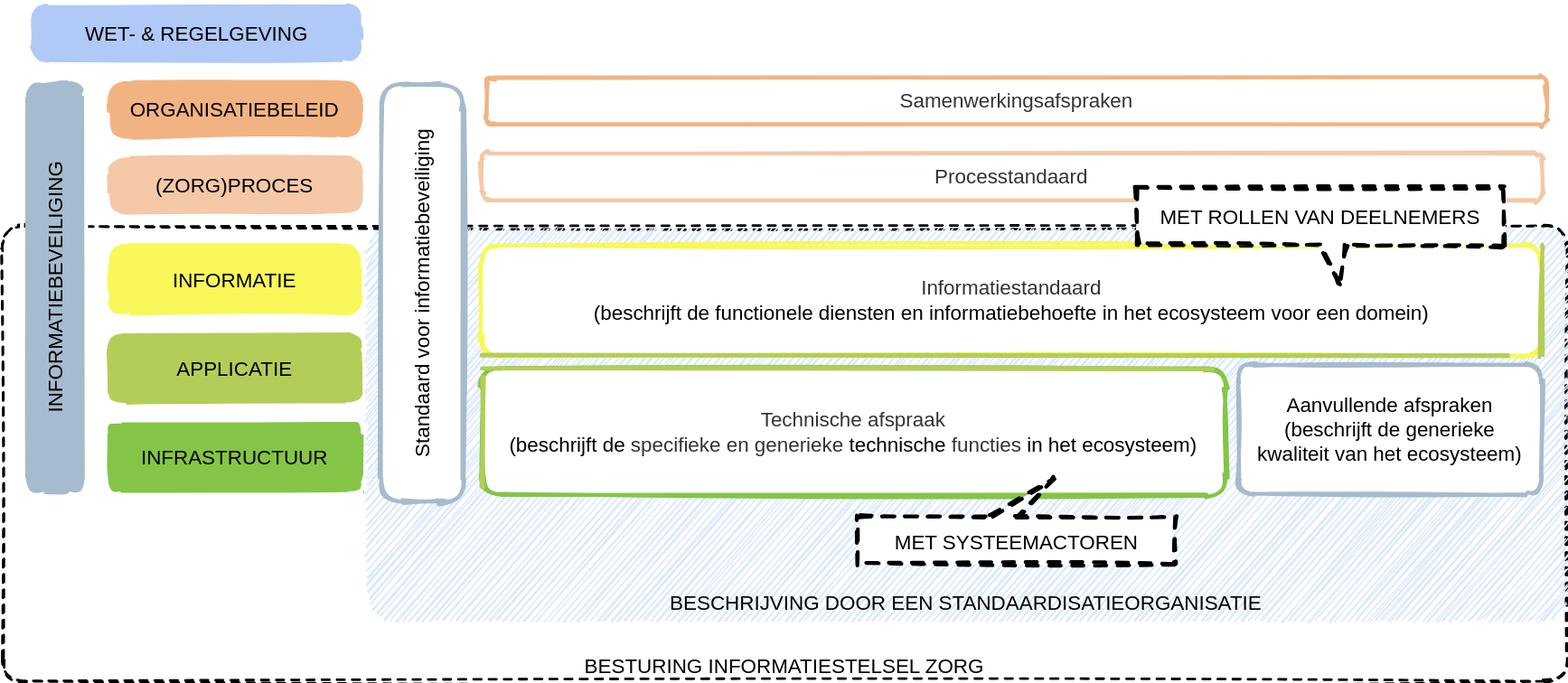
dizra/docs keeps this draw.io diagram as .gitbook/assets/overview.svg. Above is the earlier version. Source tidied: cells renumbered, new cells last; positions are measured from the earlier drawing's top-left corner, leaving out a move shared by most shapes. Source of this version:
```xml
<mxGraphModel>
  <root>
    <mxCell id="0" />
    <mxCell id="1" parent="0" />
    <mxCell id="2" value="BESTURING INFORMATIESTELSEL ZORG" style="rounded=1;whiteSpace=wrap;html=1;strokeWidth=2;fontSize=16;fontColor=#000000;align=center;arcSize=5;verticalAlign=bottom;dashed=1;sketch=1;fillStyle=solid;fillColor=none;" parent="1" vertex="1">
      <mxGeometry x="123" y="177" width="1237" height="360" as="geometry" />
    </mxCell>
    <mxCell id="3" value="ORGANISATIEBELEID" style="rounded=1;whiteSpace=wrap;html=1;arcSize=40;fillColor=#F2B382;fontSize=16;strokeWidth=3;strokeColor=#FFFFFF;sketch=1;fillStyle=solid;" parent="1" vertex="1">
      <mxGeometry x="204.5" y="59.7" width="205.5" height="50" as="geometry" />
    </mxCell>
    <mxCell id="4" value="(ZORG)PROCES" style="rounded=1;whiteSpace=wrap;html=1;arcSize=34;fillColor=#F5C8A7;fontSize=16;strokeWidth=3;strokeColor=#FFFFFF;sketch=1;fillStyle=solid;" parent="1" vertex="1">
      <mxGeometry x="204.5" y="119.7" width="205.5" height="50" as="geometry" />
    </mxCell>
    <mxCell id="5" value="INFORMATIE" style="rounded=1;whiteSpace=wrap;html=1;arcSize=30;fillColor=#F8F85A;fontSize=16;strokeWidth=3;strokeColor=#FFFFFF;sketch=1;fillStyle=solid;" parent="1" vertex="1">
      <mxGeometry x="204.5" y="189.7" width="205.5" height="60" as="geometry" />
    </mxCell>
    <mxCell id="6" value="APPLICATIE" style="rounded=1;whiteSpace=wrap;html=1;arcSize=24;fontSize=16;fillColor=#B2CE58;strokeWidth=3;strokeColor=#FFFFFF;sketch=1;fillStyle=solid;" parent="1" vertex="1">
      <mxGeometry x="204.5" y="259.7" width="205.5" height="60" as="geometry" />
    </mxCell>
    <mxCell id="7" value="INFRASTRUCTUUR" style="rounded=1;whiteSpace=wrap;html=1;arcSize=18;fontSize=16;fillColor=#84C547;strokeWidth=3;strokeColor=#FFFFFF;sketch=1;fillStyle=solid;" parent="1" vertex="1">
      <mxGeometry x="204.5" y="329.7" width="205.5" height="60" as="geometry" />
    </mxCell>
    <mxCell id="8" value="WET- &amp;amp; REGELGEVING" style="rounded=1;whiteSpace=wrap;html=1;arcSize=34;fontSize=16;strokeWidth=3;fillColor=#B1C9F6;strokeColor=#FFFFFF;sketch=1;glass=0;fillStyle=solid;" parent="1" vertex="1">
      <mxGeometry x="144.5" y="-0.3" width="265.5" height="50" as="geometry" />
    </mxCell>
    <mxCell id="9" value="INFORMATIEBEVEILIGING" style="rounded=1;whiteSpace=wrap;html=1;arcSize=28;fontSize=16;strokeWidth=3;rotation=-90;fillColor=#A6BBCD;strokeColor=#FFFFFF;sketch=1;fillStyle=solid;" parent="1" vertex="1">
      <mxGeometry y="200.9" width="329.6" height="50" as="geometry" />
    </mxCell>
    <mxCell id="10" value="BESCHRIJVING DOOR EEN STANDAARDISATIEORGANISATIE" style="rounded=1;whiteSpace=wrap;html=1;fillColor=#dae8fc;verticalAlign=bottom;spacingTop=5;fontSize=16;sketch=1;arcSize=7;strokeColor=none;" parent="1" vertex="1">
      <mxGeometry x="410" y="177" width="950" height="310" as="geometry" />
    </mxCell>
    <mxCell id="11" value="Informatiestandaard&lt;br&gt;&lt;span style=&quot;color: rgb(0 , 0 , 0)&quot;&gt;(beschrijft de functionele diensten en informatiebehoefte in het&amp;nbsp;&lt;/span&gt;&lt;span style=&quot;color: rgb(0 , 0 , 0)&quot;&gt;ecosysteem voor een domein)&lt;/span&gt;" style="rounded=1;whiteSpace=wrap;html=1;sketch=1;fontSize=16;fontColor=#333333;strokeColor=#F8F85A;strokeWidth=3;fillColor=#FFFFFF;" parent="1" vertex="1">
      <mxGeometry x="502" y="192.5" width="838" height="87.3" as="geometry" />
    </mxCell>
    <mxCell id="12" value="Technische afspraak&lt;br&gt;&lt;span style=&quot;color: rgb(0 , 0 , 0)&quot;&gt;(beschrijft de&amp;nbsp;&lt;/span&gt;specifieke en generieke&amp;nbsp;&lt;span style=&quot;color: rgb(0 , 0 , 0)&quot;&gt;technische&amp;nbsp;&lt;/span&gt;functies&lt;span style=&quot;color: rgb(0 , 0 , 0)&quot;&gt;&amp;nbsp;in het&amp;nbsp;&lt;/span&gt;&lt;span style=&quot;color: rgb(0 , 0 , 0)&quot;&gt;ecosysteem)&lt;/span&gt;" style="rounded=1;whiteSpace=wrap;html=1;sketch=1;fontSize=16;fontColor=#333333;strokeColor=#84C547;strokeWidth=3;fillColor=#FFFFFF;" parent="1" vertex="1">
      <mxGeometry x="502" y="289.7" width="588" height="100" as="geometry" />
    </mxCell>
    <mxCell id="13" style="endArrow=none;html=1;fontSize=16;exitX=0;exitY=1;exitDx=0;exitDy=0;entryX=0.968;entryY=1;entryDx=0;entryDy=0;entryPerimeter=0;strokeWidth=3;strokeColor=#B2CE58;sketch=1;" parent="1" edge="1" source="11" target="11">
      <mxGeometry relative="1" as="geometry" />
    </mxCell>
    <mxCell id="14" style="endArrow=none;html=1;fontSize=16;exitX=1;exitY=1;exitDx=0;exitDy=0;entryX=1;entryY=0;entryDx=0;entryDy=0;strokeWidth=3;strokeColor=#B2CE58;sketch=1;" parent="1" edge="1" source="11" target="11">
      <mxGeometry relative="1" as="geometry" />
    </mxCell>
    <mxCell id="15" style="shape=callout;whiteSpace=wrap;html=1;perimeter=calloutPerimeter;dashed=1;sketch=1;strokeColor=#000000;strokeWidth=3;fontSize=16;position2=0.38;rotation=-180;" parent="1" vertex="1">
      <mxGeometry x="800" y="377" width="250" height="67.3" as="geometry" />
    </mxCell>
    <mxCell id="16" value="MET SYSTEEMACTOREN" style="text;html=1;strokeColor=none;fillColor=none;align=center;verticalAlign=middle;whiteSpace=wrap;rounded=0;dashed=1;sketch=1;fontSize=16;" parent="1" vertex="1">
      <mxGeometry x="820" y="417" width="210" height="20" as="geometry" />
    </mxCell>
    <mxCell id="17" value="Aanvullende afspraken&lt;br&gt;(beschrijft de generieke kwaliteit&amp;nbsp;van het ecosysteem)" style="rounded=1;whiteSpace=wrap;html=1;arcSize=12;fontSize=16;strokeWidth=3;rotation=0;sketch=1;fillStyle=solid;strokeColor=#A6BBCD;fillColor=#FFFFFF;" parent="1" vertex="1">
      <mxGeometry x="1100" y="287" width="240" height="102.7" as="geometry" />
    </mxCell>
    <mxCell id="18" value="Standaard voor informatiebeveiliging" style="rounded=1;whiteSpace=wrap;html=1;arcSize=28;fontSize=16;strokeWidth=3;rotation=-90;sketch=1;fillStyle=solid;strokeColor=#A6BBCD;fillColor=#FFFFFF;" parent="1" vertex="1">
      <mxGeometry x="290.2" y="198.3" width="329.6" height="64.5" as="geometry" />
    </mxCell>
    <mxCell id="19" style="endArrow=none;html=1;fontSize=16;strokeWidth=3;strokeColor=#B2CE58;sketch=1;exitX=0;exitY=0;exitDx=0;exitDy=0;" parent="1" edge="1" source="12">
      <mxGeometry relative="1" as="geometry">
        <mxPoint x="1080" y="290" as="targetPoint" />
      </mxGeometry>
    </mxCell>
    <mxCell id="20" style="endArrow=none;html=1;fontSize=16;exitX=0.002;exitY=0.943;exitDx=0;exitDy=0;entryX=0.003;entryY=0.073;entryDx=0;entryDy=0;strokeWidth=3;strokeColor=#B2CE58;sketch=1;exitPerimeter=0;entryPerimeter=0;" parent="1" edge="1" source="12" target="12">
      <mxGeometry relative="1" as="geometry" />
    </mxCell>
    <mxCell id="21" value="Samenwerkingsafspraken" style="rounded=1;whiteSpace=wrap;html=1;sketch=1;fontSize=16;fontColor=#333333;strokeWidth=3;fillColor=#FFFFFF;strokeColor=#F2B382;" parent="1" vertex="1">
      <mxGeometry x="506" y="59.7" width="838" height="37.3" as="geometry" />
    </mxCell>
    <mxCell id="22" value="Processtandaard" style="rounded=1;whiteSpace=wrap;html=1;sketch=1;fontSize=16;fontColor=#333333;strokeWidth=3;fillColor=#FFFFFF;strokeColor=#F5C8A7;" parent="1" vertex="1">
      <mxGeometry x="502" y="119.7" width="838" height="37.3" as="geometry" />
    </mxCell>
    <mxCell id="23" value="&lt;span&gt;MET ROLLEN VAN DEELNEMERS&lt;/span&gt;" style="shape=callout;whiteSpace=wrap;html=1;perimeter=calloutPerimeter;dashed=1;sketch=1;strokeColor=#000000;strokeWidth=3;fontSize=16;position2=0.55;" parent="1" vertex="1">
      <mxGeometry x="1020" y="147" width="290" height="75.5" as="geometry" />
    </mxCell>
  </root>
</mxGraphModel>
```
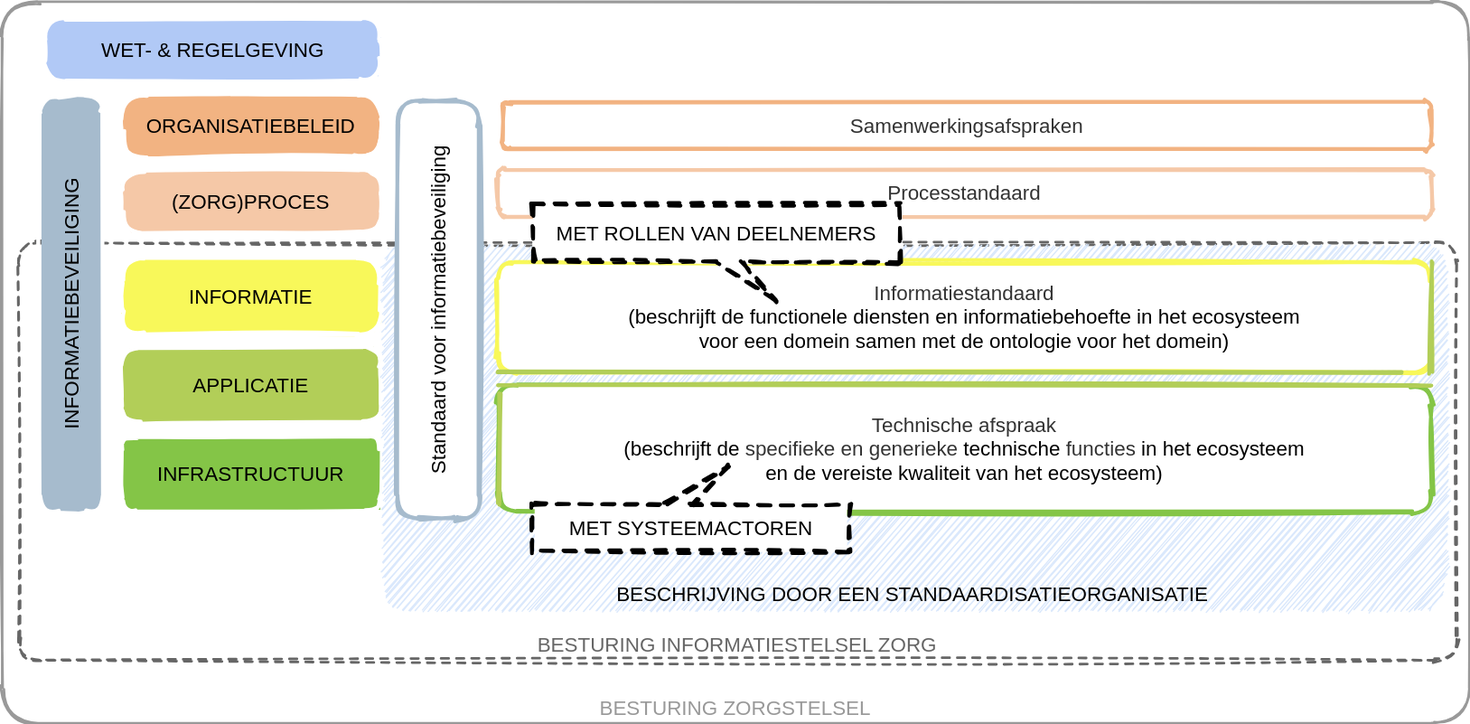
The same file after the commit.

What changed in the source:
```diff
@@ -2,8 +2,11 @@
   <root>
     <mxCell id="0" />
     <mxCell id="1" parent="0" />
+    <mxCell id="24" value="BESTURING ZORGSTELSEL" style="rounded=1;whiteSpace=wrap;html=1;strokeWidth=2;fontSize=16;align=center;arcSize=5;verticalAlign=bottom;sketch=1;fillStyle=solid;fillColor=none;strokeColor=#999999;fontColor=#999999;" parent="1" vertex="1">
+      <mxGeometry x="110" y="-13" width="1160" height="570" as="geometry" />
+    </mxCell>
-    <mxCell id="2" value="BESTURING INFORMATIESTELSEL ZORG" style="rounded=1;whiteSpace=wrap;html=1;strokeWidth=2;fontSize=16;fontColor=#000000;align=center;arcSize=5;verticalAlign=bottom;dashed=1;sketch=1;fillStyle=solid;fillColor=none;" parent="1" vertex="1">
-      <mxGeometry x="123" y="177" width="1237" height="360" as="geometry" />
+    <mxCell id="2" value="BESTURING INFORMATIESTELSEL ZORG" style="rounded=1;whiteSpace=wrap;html=1;strokeWidth=2;fontSize=16;align=center;arcSize=5;verticalAlign=bottom;dashed=1;sketch=1;fillStyle=solid;fillColor=none;fontColor=#666666;strokeColor=#666666;" parent="1" vertex="1">
+      <mxGeometry x="123" y="177" width="1137" height="330" as="geometry" />
     </mxCell>
     <mxCell id="3" value="ORGANISATIEBELEID" style="rounded=1;whiteSpace=wrap;html=1;arcSize=40;fillColor=#F2B382;fontSize=16;strokeWidth=3;strokeColor=#FFFFFF;sketch=1;fillStyle=solid;" parent="1" vertex="1">
       <mxGeometry x="204.5" y="59.7" width="205.5" height="50" as="geometry" />
@@ -27,13 +30,13 @@
       <mxGeometry y="200.9" width="329.6" height="50" as="geometry" />
     </mxCell>
     <mxCell id="10" value="BESCHRIJVING DOOR EEN STANDAARDISATIEORGANISATIE" style="rounded=1;whiteSpace=wrap;html=1;fillColor=#dae8fc;verticalAlign=bottom;spacingTop=5;fontSize=16;sketch=1;arcSize=7;strokeColor=none;" parent="1" vertex="1">
-      <mxGeometry x="410" y="177" width="950" height="310" as="geometry" />
+      <mxGeometry x="410" y="177" width="840" height="290" as="geometry" />
     </mxCell>
-    <mxCell id="11" value="Informatiestandaard&lt;br&gt;&lt;span style=&quot;color: rgb(0 , 0 , 0)&quot;&gt;(beschrijft de functionele diensten en informatiebehoefte in het&amp;nbsp;&lt;/span&gt;&lt;span style=&quot;color: rgb(0 , 0 , 0)&quot;&gt;ecosysteem voor een domein)&lt;/span&gt;" style="rounded=1;whiteSpace=wrap;html=1;sketch=1;fontSize=16;fontColor=#333333;strokeColor=#F8F85A;strokeWidth=3;fillColor=#FFFFFF;" parent="1" vertex="1">
-      <mxGeometry x="502" y="192.5" width="838" height="87.3" as="geometry" />
+    <mxCell id="11" value="Informatiestandaard&lt;br&gt;&lt;span style=&quot;color: rgb(0 , 0 , 0)&quot;&gt;(beschrijft de functionele diensten en informatiebehoefte in het&amp;nbsp;&lt;/span&gt;&lt;span style=&quot;color: rgb(0 , 0 , 0)&quot;&gt;ecosysteem &lt;br&gt;voor een domein samen met de ontologie voor het domein)&lt;/span&gt;" style="rounded=1;whiteSpace=wrap;html=1;sketch=1;fontSize=16;fontColor=#333333;strokeColor=#F8F85A;strokeWidth=3;fillColor=#FFFFFF;" parent="1" vertex="1">
+      <mxGeometry x="502" y="192.5" width="738" height="87.3" as="geometry" />
     </mxCell>
-    <mxCell id="12" value="Technische afspraak&lt;br&gt;&lt;span style=&quot;color: rgb(0 , 0 , 0)&quot;&gt;(beschrijft de&amp;nbsp;&lt;/span&gt;specifieke en generieke&amp;nbsp;&lt;span style=&quot;color: rgb(0 , 0 , 0)&quot;&gt;technische&amp;nbsp;&lt;/span&gt;functies&lt;span style=&quot;color: rgb(0 , 0 , 0)&quot;&gt;&amp;nbsp;in het&amp;nbsp;&lt;/span&gt;&lt;span style=&quot;color: rgb(0 , 0 , 0)&quot;&gt;ecosysteem)&lt;/span&gt;" style="rounded=1;whiteSpace=wrap;html=1;sketch=1;fontSize=16;fontColor=#333333;strokeColor=#84C547;strokeWidth=3;fillColor=#FFFFFF;" parent="1" vertex="1">
-      <mxGeometry x="502" y="289.7" width="588" height="100" as="geometry" />
+    <mxCell id="12" value="Technische afspraak&lt;br&gt;&lt;span style=&quot;color: rgb(0 , 0 , 0)&quot;&gt;(beschrijft de&amp;nbsp;&lt;/span&gt;specifieke en generieke&amp;nbsp;&lt;span style=&quot;color: rgb(0 , 0 , 0)&quot;&gt;technische&amp;nbsp;&lt;/span&gt;functies&lt;span style=&quot;color: rgb(0 , 0 , 0)&quot;&gt;&amp;nbsp;in het&amp;nbsp;&lt;/span&gt;&lt;span style=&quot;color: rgb(0 , 0 , 0)&quot;&gt;ecosysteem &lt;br&gt;en de vereiste&amp;nbsp;&lt;/span&gt;&lt;span style=&quot;color: rgb(0 , 0 , 0)&quot;&gt;kwaliteit&amp;nbsp;van het ecosysteem&lt;/span&gt;&lt;span style=&quot;color: rgb(0 , 0 , 0)&quot;&gt;)&lt;/span&gt;" style="rounded=1;whiteSpace=wrap;html=1;sketch=1;fontSize=16;fontColor=#333333;strokeColor=#84C547;strokeWidth=3;fillColor=#FFFFFF;" parent="1" vertex="1">
+      <mxGeometry x="502" y="289.7" width="738" height="100" as="geometry" />
     </mxCell>
     <mxCell id="13" style="endArrow=none;html=1;fontSize=16;exitX=0;exitY=1;exitDx=0;exitDy=0;entryX=0.968;entryY=1;entryDx=0;entryDy=0;entryPerimeter=0;strokeWidth=3;strokeColor=#B2CE58;sketch=1;" parent="1" edge="1" source="11" target="11">
       <mxGeometry relative="1" as="geometry" />
@@ -42,33 +45,28 @@
       <mxGeometry relative="1" as="geometry" />
     </mxCell>
     <mxCell id="15" style="shape=callout;whiteSpace=wrap;html=1;perimeter=calloutPerimeter;dashed=1;sketch=1;strokeColor=#000000;strokeWidth=3;fontSize=16;position2=0.38;rotation=-180;" parent="1" vertex="1">
-      <mxGeometry x="800" y="377" width="250" height="67.3" as="geometry" />
+      <mxGeometry x="530" y="354" width="250" height="67.3" as="geometry" />
     </mxCell>
     <mxCell id="16" value="MET SYSTEEMACTOREN" style="text;html=1;strokeColor=none;fillColor=none;align=center;verticalAlign=middle;whiteSpace=wrap;rounded=0;dashed=1;sketch=1;fontSize=16;" parent="1" vertex="1">
-      <mxGeometry x="820" y="417" width="210" height="20" as="geometry" />
+      <mxGeometry x="550" y="393.4" width="210" height="20" as="geometry" />
     </mxCell>
-    <mxCell id="17" value="Aanvullende afspraken&lt;br&gt;(beschrijft de generieke kwaliteit&amp;nbsp;van het ecosysteem)" style="rounded=1;whiteSpace=wrap;html=1;arcSize=12;fontSize=16;strokeWidth=3;rotation=0;sketch=1;fillStyle=solid;strokeColor=#A6BBCD;fillColor=#FFFFFF;" parent="1" vertex="1">
-      <mxGeometry x="1100" y="287" width="240" height="102.7" as="geometry" />
-    </mxCell>
     <mxCell id="18" value="Standaard voor informatiebeveiliging" style="rounded=1;whiteSpace=wrap;html=1;arcSize=28;fontSize=16;strokeWidth=3;rotation=-90;sketch=1;fillStyle=solid;strokeColor=#A6BBCD;fillColor=#FFFFFF;" parent="1" vertex="1">
       <mxGeometry x="290.2" y="198.3" width="329.6" height="64.5" as="geometry" />
     </mxCell>
-    <mxCell id="19" style="endArrow=none;html=1;fontSize=16;strokeWidth=3;strokeColor=#B2CE58;sketch=1;exitX=0;exitY=0;exitDx=0;exitDy=0;" parent="1" edge="1" source="12">
-      <mxGeometry relative="1" as="geometry">
-        <mxPoint x="1080" y="290" as="targetPoint" />
-      </mxGeometry>
+    <mxCell id="19" style="endArrow=none;html=1;fontSize=16;strokeWidth=3;strokeColor=#B2CE58;sketch=1;exitX=0;exitY=0;exitDx=0;exitDy=0;entryX=1;entryY=0;entryDx=0;entryDy=0;" parent="1" edge="1" source="12" target="12">
+      <mxGeometry relative="1" as="geometry" />
     </mxCell>
     <mxCell id="20" style="endArrow=none;html=1;fontSize=16;exitX=0.002;exitY=0.943;exitDx=0;exitDy=0;entryX=0.003;entryY=0.073;entryDx=0;entryDy=0;strokeWidth=3;strokeColor=#B2CE58;sketch=1;exitPerimeter=0;entryPerimeter=0;" parent="1" edge="1" source="12" target="12">
       <mxGeometry relative="1" as="geometry" />
     </mxCell>
     <mxCell id="21" value="Samenwerkingsafspraken" style="rounded=1;whiteSpace=wrap;html=1;sketch=1;fontSize=16;fontColor=#333333;strokeWidth=3;fillColor=#FFFFFF;strokeColor=#F2B382;" parent="1" vertex="1">
-      <mxGeometry x="506" y="59.7" width="838" height="37.3" as="geometry" />
+      <mxGeometry x="506" y="66.1" width="734" height="37.3" as="geometry" />
     </mxCell>
     <mxCell id="22" value="Processtandaard" style="rounded=1;whiteSpace=wrap;html=1;sketch=1;fontSize=16;fontColor=#333333;strokeWidth=3;fillColor=#FFFFFF;strokeColor=#F5C8A7;" parent="1" vertex="1">
-      <mxGeometry x="502" y="119.7" width="838" height="37.3" as="geometry" />
+      <mxGeometry x="502" y="119.7" width="738" height="37.3" as="geometry" />
     </mxCell>
-    <mxCell id="23" value="&lt;span&gt;MET ROLLEN VAN DEELNEMERS&lt;/span&gt;" style="shape=callout;whiteSpace=wrap;html=1;perimeter=calloutPerimeter;dashed=1;sketch=1;strokeColor=#000000;strokeWidth=3;fontSize=16;position2=0.55;" parent="1" vertex="1">
-      <mxGeometry x="1020" y="147" width="290" height="75.5" as="geometry" />
+    <mxCell id="23" value="&lt;span&gt;MET ROLLEN VAN DEELNEMERS&lt;/span&gt;" style="shape=callout;whiteSpace=wrap;html=1;perimeter=calloutPerimeter;dashed=1;sketch=1;strokeColor=#000000;strokeWidth=3;fontSize=16;position2=0.66;" parent="1" vertex="1">
+      <mxGeometry x="530" y="147" width="290" height="75.5" as="geometry" />
     </mxCell>
   </root>
 </mxGraphModel>
```
